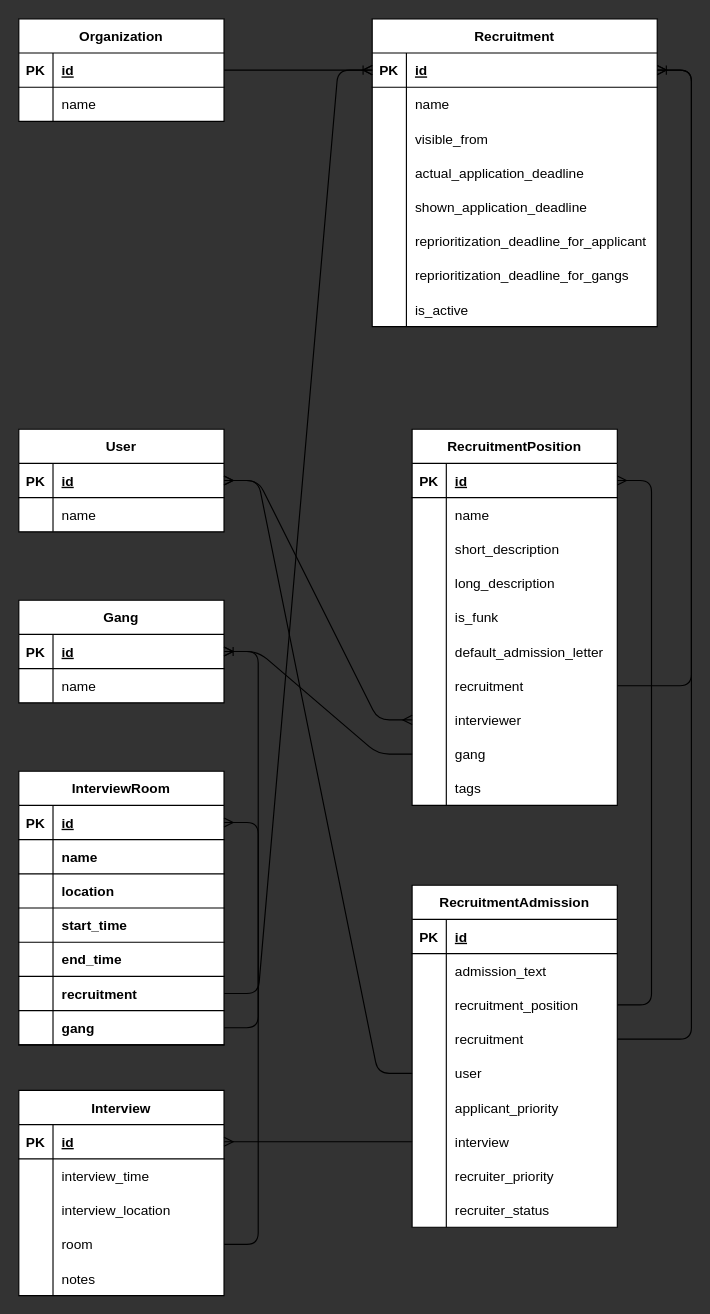
The draw.io diagram backend/database/recruitment_schema.drawio in Samfundet/Samfundet4, before the edit. Source tidied: cells renumbered, new cells numbered last; positions are measured from the earlier drawing's top-left corner, leaving out a move shared by most shapes. Both pictures are drawn from the tidied source at 114%, with x=0, y=0 at pixel (18, 18).
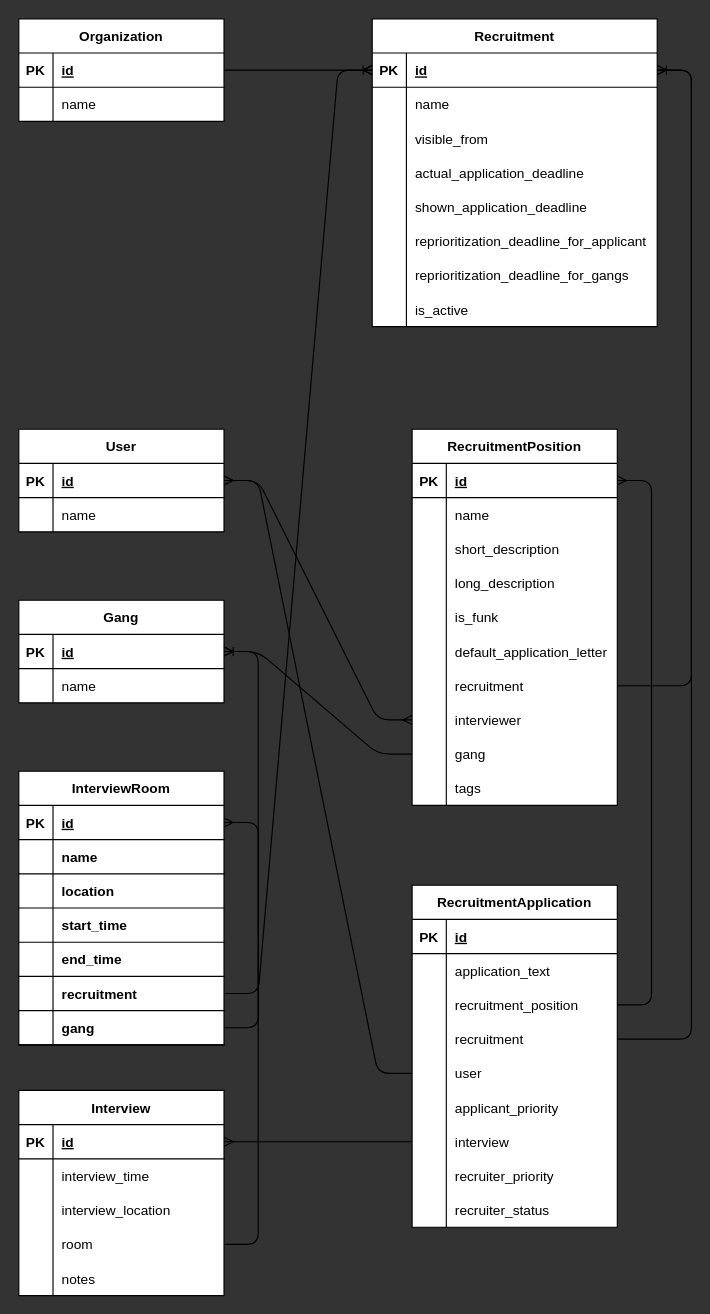
The same page after the edit.

The change refers to these unchanged cells:
```xml
<mxCell id="51" style="shape=tableRow;horizontal=0;startSize=0;swimlaneHead=0;swimlaneBody=0;fillColor=none;top=0;left=0;right=0;bottom=0;" parent="35" vertex="1">
  <mxGeometry y="180" width="180" height="30" as="geometry" />
</mxCell>
<mxCell id="86" style="shape=tableRow;horizontal=0;startSize=0;swimlaneHead=0;swimlaneBody=0;fillColor=none;top=0;left=0;right=0;bottom=0;" parent="82" vertex="1">
  <mxGeometry y="60" width="180" height="30" as="geometry" />
</mxCell>
```

The edit, as a diff of the source:
```diff
@@
-    <mxCell id="53" value="default_admission_letter" style="shape=partialRectangle;fillColor=none;top=0;left=0;bottom=0;right=0;align=left;spacingLeft=6;overflow=hidden;" parent="51" vertex="1">
+    <mxCell id="53" value="default_application_letter" style="shape=partialRectangle;fillColor=none;top=0;left=0;bottom=0;right=0;align=left;spacingLeft=6;overflow=hidden;" parent="51" vertex="1">
       <mxGeometry x="30" width="150" height="30" as="geometry" />
     </mxCell>
@@
-    <mxCell id="82" value="RecruitmentAdmission" style="shape=table;startSize=30;childLayout=tableLayout;rowLines=0;fontStyle=1;align=center;swimlaneFillColor=default;" parent="1" vertex="1">
+    <mxCell id="82" value="RecruitmentApplication" style="shape=table;startSize=30;childLayout=tableLayout;rowLines=0;fontStyle=1;align=center;swimlaneFillColor=default;" parent="1" vertex="1">
       <mxGeometry x="345" y="760" width="180" height="300" as="geometry" />
     </mxCell>
@@
-    <mxCell id="88" value="admission_text" style="shape=partialRectangle;fillColor=none;top=0;left=0;bottom=0;right=0;align=left;spacingLeft=6;overflow=hidden;" parent="86" vertex="1">
+    <mxCell id="88" value="application_text" style="shape=partialRectangle;fillColor=none;top=0;left=0;bottom=0;right=0;align=left;spacingLeft=6;overflow=hidden;" parent="86" vertex="1">
       <mxGeometry x="30" width="150" height="30" as="geometry" />
     </mxCell>
```
